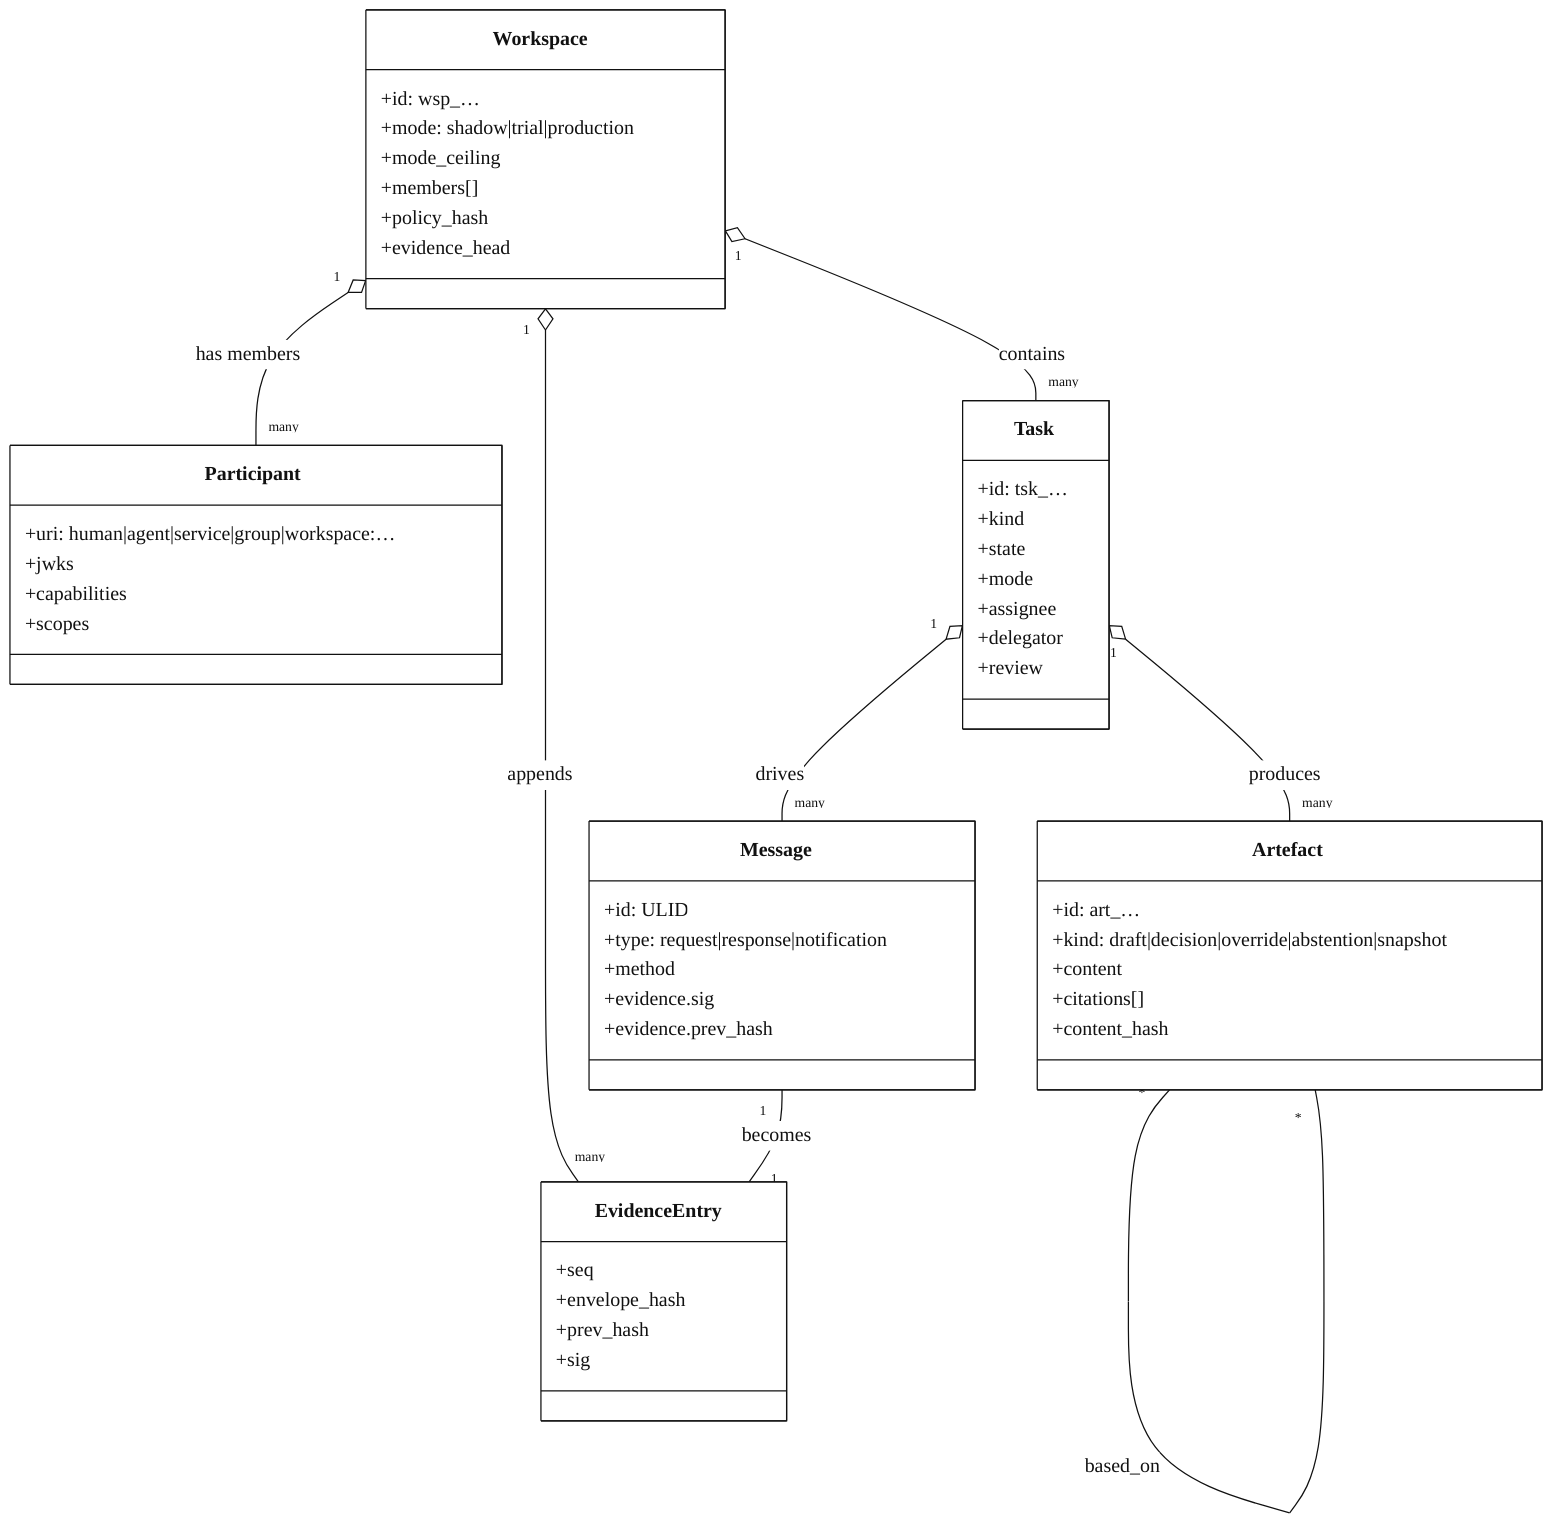
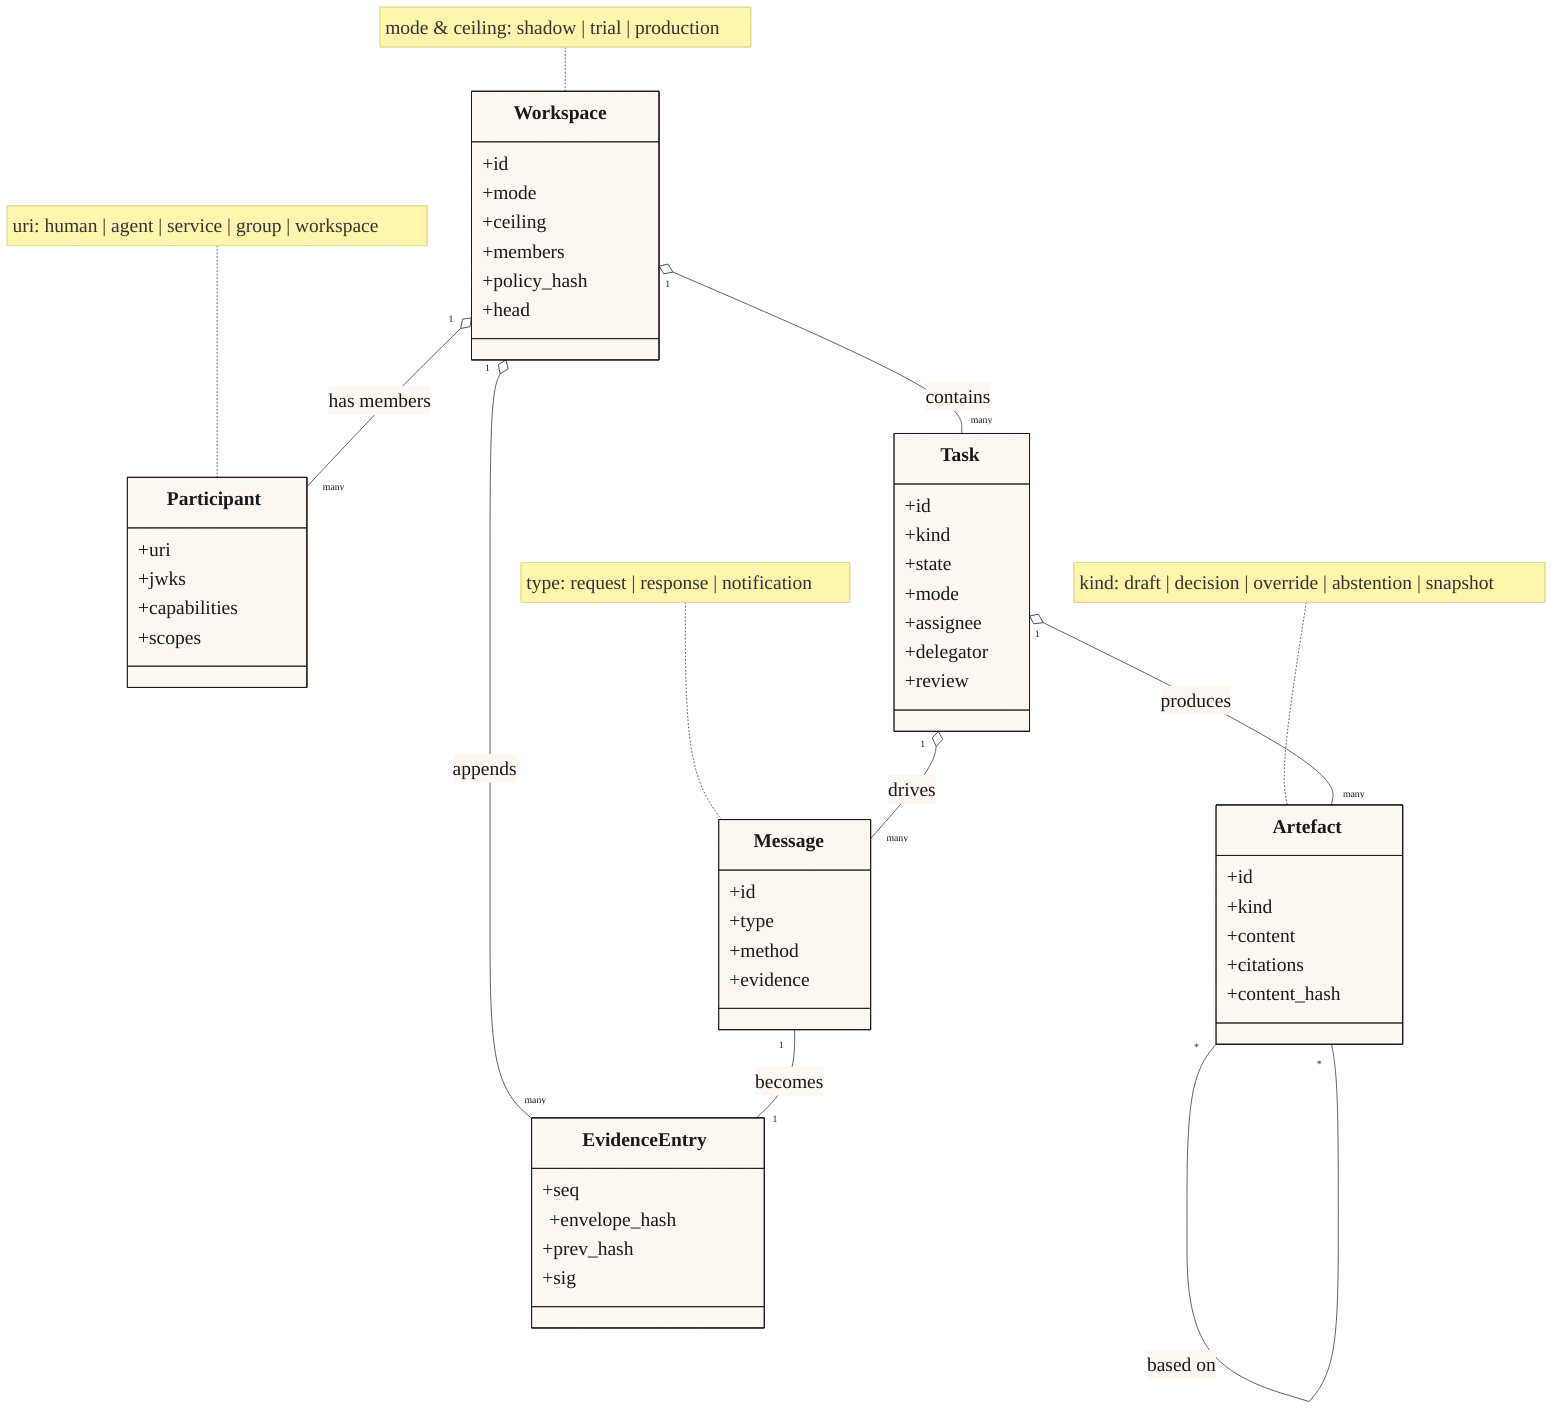
%%{init: {
  "theme": "base",
  "themeVariables": {
-     "fontSize": "16px",
-     "fontFamily": "Helvetica, Arial, sans-serif",
-     "primaryColor": "#ffffff",
-     "primaryTextColor": "#111111",
-     "primaryBorderColor": "#111111",
-     "lineColor": "#111111"
+     "fontSize": "22px",
+     "fontFamily": "Arial, Helvetica, sans-serif",
+     "primaryColor": "#FFF8F2",
+     "primaryTextColor": "#1a1a1c",
+     "primaryBorderColor": "#1a1a1c",
+     "lineColor": "#4f4f52",
+     "classText": "#1a1a1c"
  }
}}%%
classDiagram
+     direction TB
+ 
    class Workspace {
-       +id: wsp_…
-       +mode: shadow|trial|production
-       +mode_ceiling
-       +members[]
+       +id
+       +mode
+       +ceiling
+       +members
      +policy_hash
-       +evidence_head
+       +head
    }
    class Participant {
-       +uri: human|agent|service|group|workspace:…
+       +uri
      +jwks
      +capabilities
      +scopes
    }
    class Task {
-       +id: tsk_…
+       +id
      +kind
      +state
      +mode
      +assignee
      +delegator
      +review
    }
    class Artefact {
-       +id: art_…
-       +kind: draft|decision|override|abstention|snapshot
+       +id
+       +kind
      +content
-       +citations[]
+       +citations
      +content_hash
    }
    class Message {
-       +id: ULID
-       +type: request|response|notification
+       +id
+       +type
      +method
-       +evidence.sig
-       +evidence.prev_hash
+       +evidence
    }
    class EvidenceEntry {
      +seq
      +envelope_hash
      +prev_hash
      +sig
    }

    Workspace "1" o-- "many" Participant : has members
-     Workspace "1" o-- "many" Task        : contains
+     Workspace "1" o-- "many" Task : contains
    Workspace "1" o-- "many" EvidenceEntry : appends
-     Task        "1" o-- "many" Artefact   : produces
-     Task        "1" o-- "many" Message    : drives
-     Message     "1" -- "1"    EvidenceEntry : becomes
-     Artefact    "*" -- "*"    Artefact     : based_on
+     Task "1" o-- "many" Artefact : produces
+     Task "1" o-- "many" Message : drives
+     Message "1" -- "1" EvidenceEntry : becomes
+     Artefact "*" -- "*" Artefact : based on
+ 
+     note for Workspace "mode &amp; ceiling: shadow | trial | production"
+     note for Participant "uri: human | agent | service | group | workspace"
+     note for Artefact "kind: draft | decision | override | abstention | snapshot"
+     note for Message "type: request | response | notification"
